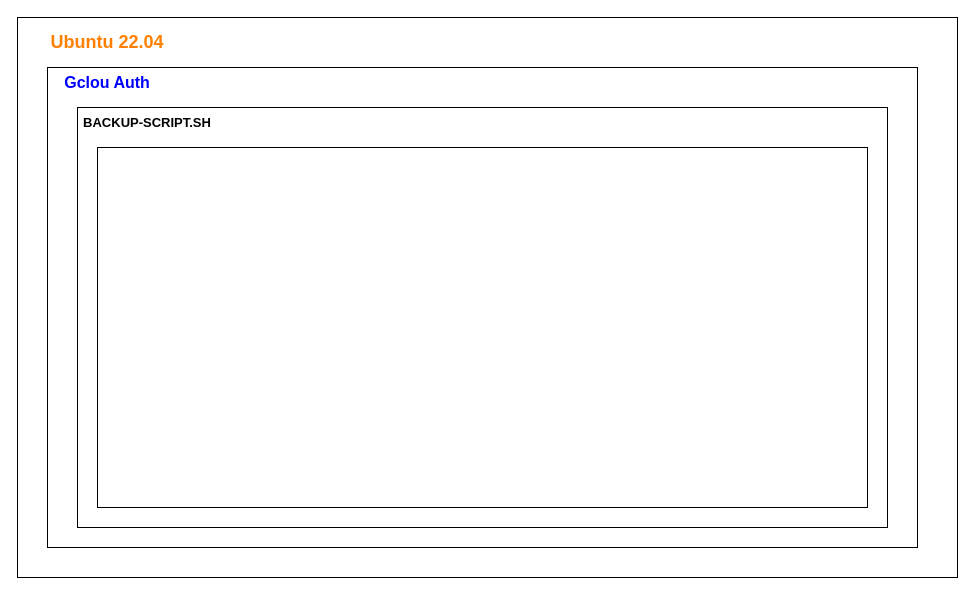
Above: backup-iot6.drawio in naveen09111997/backup-restore (draw.io), before the change. Source tidied: cells renumbered, new cells numbered last; positions are measured from the earlier drawing's top-left corner, leaving out a move shared by most shapes. Both pictures are drawn from the tidied source at 100%, with x=0, y=0 at pixel (17, 17).
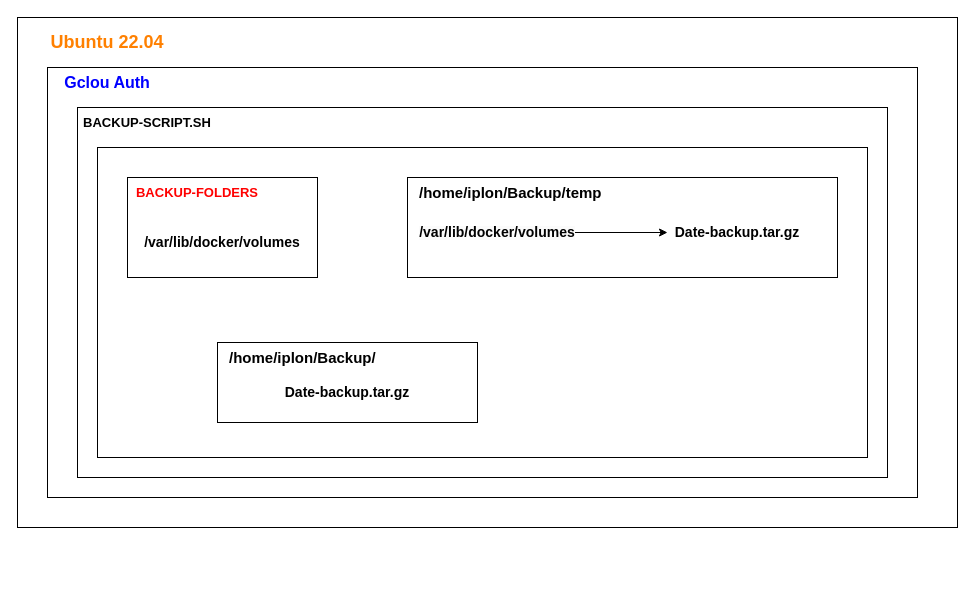
Above is the later version.

Diff of the diagram source:
```diff
@@
     <mxCell id="2" style="rounded=0;whiteSpace=wrap;html=1;" parent="1" vertex="1">
-      <mxGeometry width="940" height="560" as="geometry" />
+      <mxGeometry width="940" height="510" as="geometry" />
     </mxCell>
     <mxCell id="3" style="rounded=0;whiteSpace=wrap;html=1;" parent="1" vertex="1">
-      <mxGeometry x="30" y="50" width="870" height="480" as="geometry" />
+      <mxGeometry x="30" y="50" width="870" height="430" as="geometry" />
     </mxCell>
@@
     <mxCell id="5" style="rounded=0;whiteSpace=wrap;html=1;" parent="1" vertex="1">
-      <mxGeometry x="60" y="90" width="810" height="420" as="geometry" />
+      <mxGeometry x="60" y="90" width="810" height="370" as="geometry" />
     </mxCell>
@@
     <mxCell id="7" style="rounded=0;whiteSpace=wrap;html=1;" parent="1" vertex="1">
-      <mxGeometry x="80" y="130" width="770" height="360" as="geometry" />
+      <mxGeometry x="80" y="130" width="770" height="310" as="geometry" />
     </mxCell>
@@
+    <mxCell id="9" style="rounded=0;whiteSpace=wrap;html=1;" parent="1" vertex="1">
+      <mxGeometry x="110" y="160" width="190" height="100" as="geometry" />
+    </mxCell>
+    <mxCell id="10" value="&lt;b&gt;&lt;font color=&quot;#ff0000&quot; style=&quot;font-size: 13px;&quot;&gt;BACKUP-FOLDERS&lt;/font&gt;&lt;/b&gt;" style="text;html=1;strokeColor=none;fillColor=none;align=center;verticalAlign=middle;whiteSpace=wrap;rounded=0;" parent="1" vertex="1">
+      <mxGeometry x="110" y="160" width="140" height="30" as="geometry" />
+    </mxCell>
+    <mxCell id="11" value="&lt;b&gt;&lt;font style=&quot;font-size: 14px;&quot;&gt;/var/lib/docker/volumes&lt;/font&gt;&lt;/b&gt;" style="text;html=1;strokeColor=none;fillColor=none;align=center;verticalAlign=middle;whiteSpace=wrap;rounded=0;" parent="1" vertex="1">
+      <mxGeometry x="135" y="210" width="140" height="30" as="geometry" />
+    </mxCell>
+    <mxCell id="12" style="rounded=0;whiteSpace=wrap;html=1;" parent="1" vertex="1">
+      <mxGeometry x="390" y="160" width="430" height="100" as="geometry" />
+    </mxCell>
+    <mxCell id="13" value="&lt;b&gt;&lt;font style=&quot;font-size: 15px;&quot;&gt;/home/iplon/Backup/temp&lt;/font&gt;&lt;/b&gt;" style="text;html=1;strokeColor=none;fillColor=none;align=left;verticalAlign=middle;whiteSpace=wrap;rounded=0;" parent="1" vertex="1">
+      <mxGeometry x="400" y="160" width="230" height="30" as="geometry" />
+    </mxCell>
+    <mxCell id="14" style="edgeStyle=orthogonalEdgeStyle;rounded=0;jettySize=auto;html=1;" parent="1" edge="1" source="15" target="16">
+      <mxGeometry relative="1" as="geometry" />
+    </mxCell>
+    <mxCell id="15" value="&lt;b style=&quot;border-color: var(--border-color); color: rgb(0, 0, 0); font-family: Helvetica; font-size: 12px; font-style: normal; font-variant-ligatures: normal; font-variant-caps: normal; letter-spacing: normal; orphans: 2; text-align: center; text-indent: 0px; text-transform: none; widows: 2; word-spacing: 0px; -webkit-text-stroke-width: 0px; background-color: rgb(251, 251, 251); text-decoration-thickness: initial; text-decoration-style: initial; text-decoration-color: initial;&quot;&gt;&lt;font style=&quot;border-color: var(--border-color); font-size: 14px;&quot;&gt;/var/lib/docker/volumes&lt;/font&gt;&lt;/b&gt;" style="text;html=1;strokeColor=none;fillColor=none;align=center;verticalAlign=middle;whiteSpace=wrap;rounded=0;" parent="1" vertex="1">
+      <mxGeometry x="410" y="200" width="140" height="30" as="geometry" />
+    </mxCell>
+    <mxCell id="16" value="&lt;span style=&quot;font-size: 14px;&quot;&gt;&lt;b&gt;Date-backup.tar.gz&lt;/b&gt;&lt;/span&gt;" style="text;html=1;strokeColor=none;fillColor=none;align=center;verticalAlign=middle;whiteSpace=wrap;rounded=0;" parent="1" vertex="1">
+      <mxGeometry x="650" y="200" width="140" height="30" as="geometry" />
+    </mxCell>
+    <mxCell id="17" style="group;" parent="1" vertex="1">
+      <mxGeometry x="200" y="325" width="260" height="80" as="geometry" />
+    </mxCell>
+    <mxCell id="18" style="rounded=0;whiteSpace=wrap;html=1;" parent="17" vertex="1">
+      <mxGeometry width="260" height="80" as="geometry" />
+    </mxCell>
+    <mxCell id="19" value="&lt;b&gt;&lt;font style=&quot;font-size: 15px;&quot;&gt;/home/iplon/Backup/&lt;/font&gt;&lt;/b&gt;" style="text;html=1;strokeColor=none;fillColor=none;align=left;verticalAlign=middle;whiteSpace=wrap;rounded=0;" parent="17" vertex="1">
+      <mxGeometry x="10" width="230" height="30" as="geometry" />
+    </mxCell>
+    <mxCell id="20" value="&lt;span style=&quot;font-size: 14px;&quot;&gt;&lt;b&gt;Date-backup.tar.gz&lt;/b&gt;&lt;/span&gt;" style="text;html=1;strokeColor=none;fillColor=none;align=center;verticalAlign=middle;whiteSpace=wrap;rounded=0;" parent="17" vertex="1">
+      <mxGeometry x="60" y="35" width="140" height="30" as="geometry" />
+    </mxCell>
```
